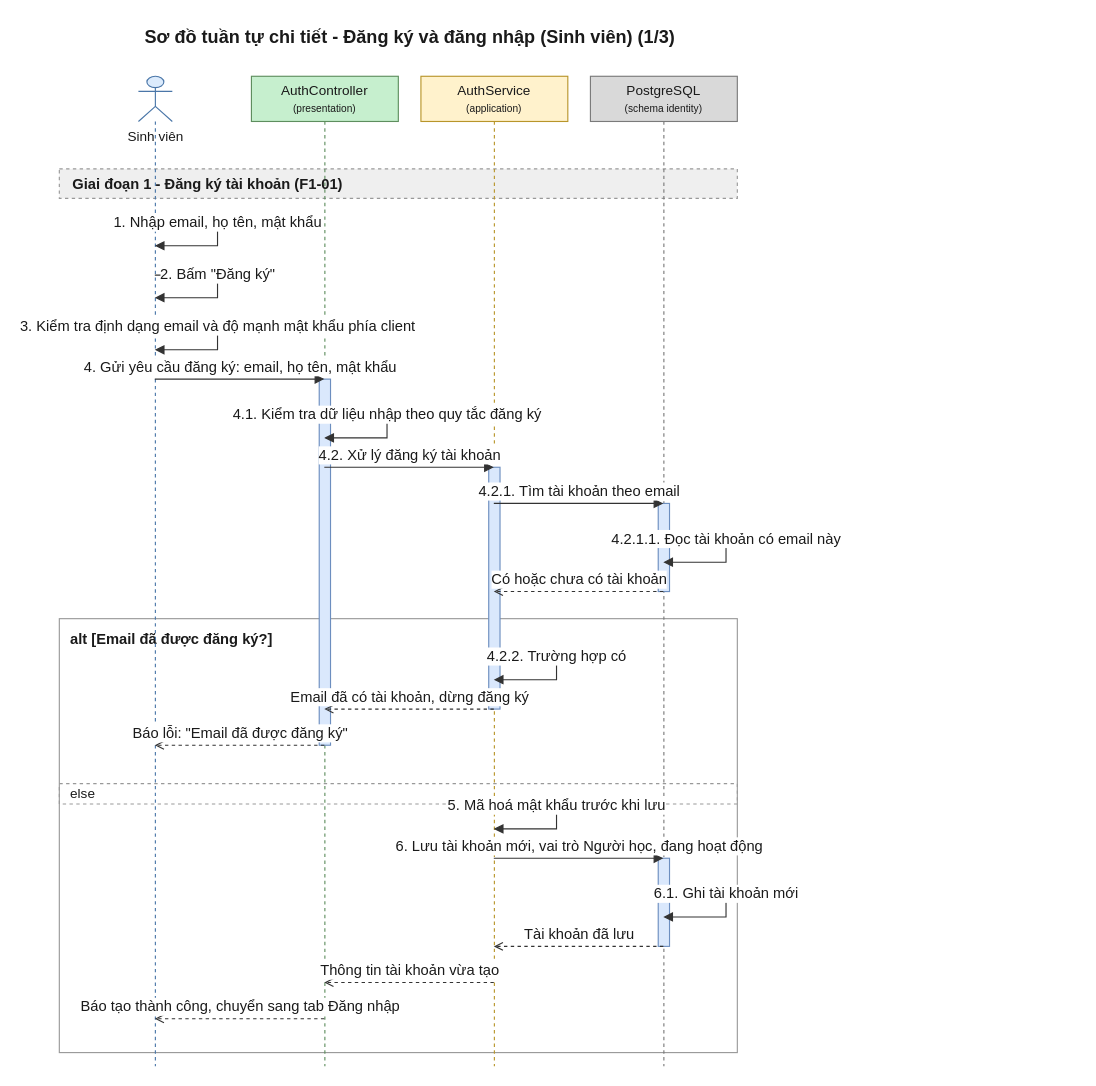
Earlier version of the draw.io diagram 08-diagram/sequence/user/sequence_user_dang_ky_dang_nhap_p1.drawio (daiphu1801/PRJ_ALGOPREP). Source tidied: cells renumbered, new cells numbered last; positions are measured from the earlier drawing's top-left corner, leaving out a move shared by most shapes. Both pictures are drawn from the tidied source at 113%, with x=0, y=0 at pixel (59, 19).
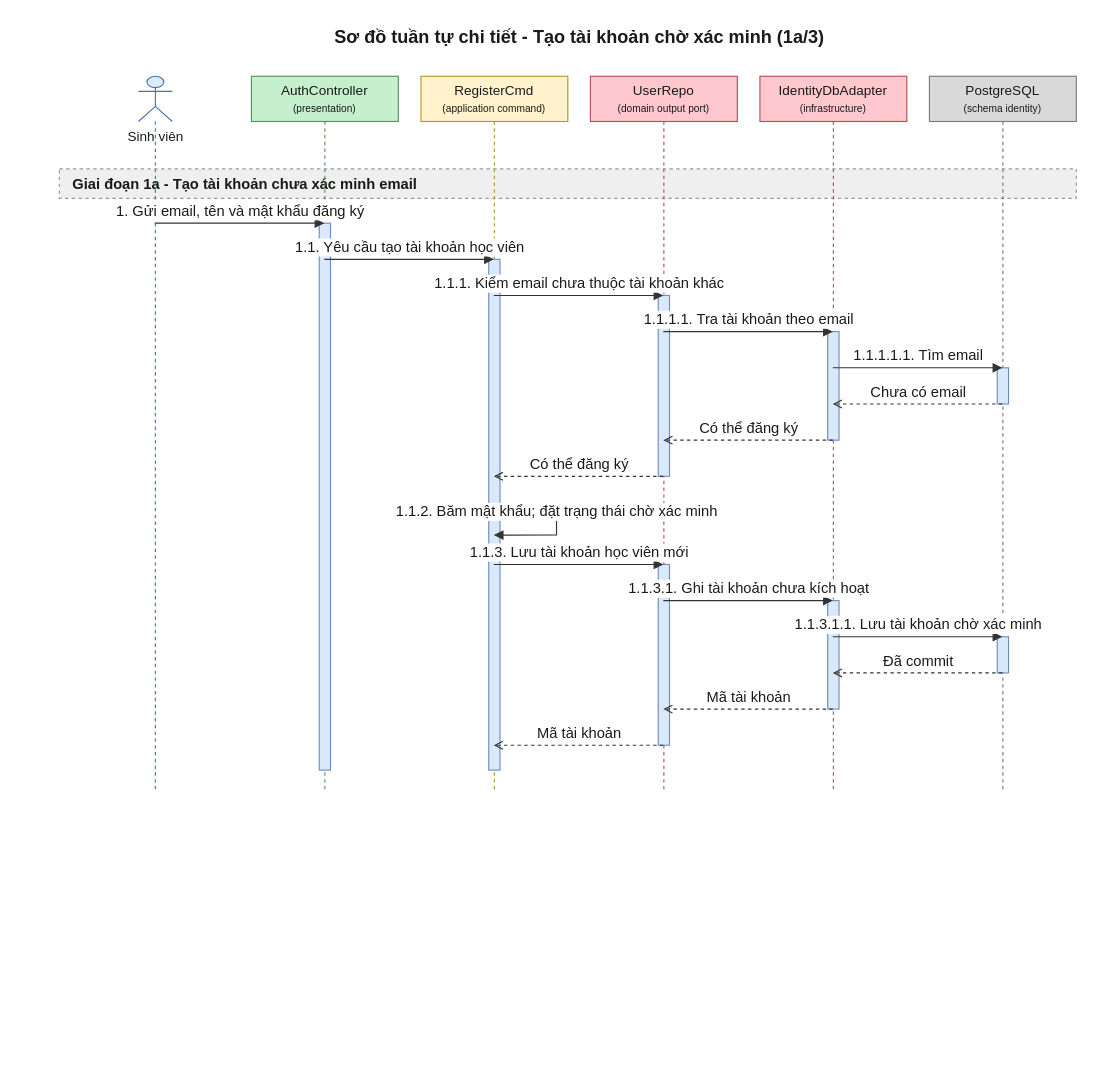
Above is the later version.

Change to the diagram source:
```diff
@@
-    <mxCell id="2" value="Sơ đồ tuần tự chi tiết - Đăng ký và đăng nhập (Sinh viên) (1/3)" style="text;html=1;fontSize=16;fontStyle=1;align=center;verticalAlign=middle;fontColor=#1A1A1A;" parent="1" vertex="1">
-      <mxGeometry x="20" width="580" height="30" as="geometry" />
+    <mxCell id="2" value="Sơ đồ tuần tự chi tiết - Tạo tài khoản chờ xác minh (1a/3)" style="text;html=1;fontSize=16;fontStyle=1;align=center;verticalAlign=middle;fontColor=#1A1A1A;" parent="1" vertex="1">
+      <mxGeometry x="20" width="880" height="30" as="geometry" />
     </mxCell>
-    <mxCell id="3" value="alt [Email đã được đăng ký?]" style="algoprep=alt;rounded=0;whiteSpace=wrap;html=1;fillColor=none;strokeColor=#999999;verticalAlign=top;align=left;spacingLeft=8;spacingTop=4;fontColor=#1A1A1A;fontSize=13;fontStyle=1;dashed=0;" parent="1" vertex="1">
-      <mxGeometry y="530" width="600" height="384" as="geometry" />
+    <mxCell id="3" value="Giai đoạn 1a - Tạo tài khoản chưa xác minh email" style="algoprep=phase;rounded=0;whiteSpace=wrap;html=1;fillColor=#EFEFEF;strokeColor=#999999;dashed=1;align=left;verticalAlign=middle;spacingLeft=10;fontColor=#1A1A1A;fontSize=13;fontStyle=1;" parent="1" vertex="1">
+      <mxGeometry y="132" width="900" height="26" as="geometry" />
     </mxCell>
-    <mxCell id="4" value="else" style="text;html=1;dashed=1;strokeColor=#999999;fillColor=none;align=left;verticalAlign=middle;spacingLeft=8;fontColor=#1A1A1A;fontSize=12;" parent="1" vertex="1">
-      <mxGeometry y="676" width="600" height="18" as="geometry" />
+    <mxCell id="4" value="Sinh viên" style="shape=umlLifeline;participant=umlActor;perimeter=lifelinePerimeter;html=1;outlineConnect=0;size=40;verticalAlign=top;spacingTop=40;fillColor=#DCEBFC;strokeColor=#4A76A8;fontColor=#1A1A1A;" parent="1" vertex="1">
+      <mxGeometry x="70" y="50" width="30" height="634" as="geometry" />
     </mxCell>
-    <mxCell id="5" value="Giai đoạn 1 - Đăng ký tài khoản (F1-01)" style="algoprep=phase;rounded=0;whiteSpace=wrap;html=1;fillColor=#EFEFEF;strokeColor=#999999;dashed=1;align=left;verticalAlign=middle;spacingLeft=10;fontColor=#1A1A1A;fontSize=13;fontStyle=1;" parent="1" vertex="1">
-      <mxGeometry y="132" width="600" height="26" as="geometry" />
+    <mxCell id="5" value="AuthController&lt;br&gt;&lt;font style=&quot;font-size:9px&quot;&gt;(presentation)&lt;/font&gt;" style="shape=umlLifeline;perimeter=lifelinePerimeter;whiteSpace=wrap;html=1;outlineConnect=0;size=40;fillColor=#C6EFCE;strokeColor=#5E8E5E;fontColor=#1A1A1A;" parent="1" vertex="1">
+      <mxGeometry x="170" y="50" width="130" height="634" as="geometry" />
     </mxCell>
-    <mxCell id="6" value="Sinh viên" style="shape=umlLifeline;participant=umlActor;perimeter=lifelinePerimeter;html=1;outlineConnect=0;size=40;verticalAlign=top;spacingTop=40;fillColor=#DCEBFC;strokeColor=#4A76A8;fontColor=#1A1A1A;" parent="1" vertex="1">
-      <mxGeometry x="70" y="50" width="30" height="876" as="geometry" />
+    <mxCell id="6" value="RegisterCmd&lt;br&gt;&lt;font style=&quot;font-size:9px&quot;&gt;(application command)&lt;/font&gt;" style="shape=umlLifeline;perimeter=lifelinePerimeter;whiteSpace=wrap;html=1;outlineConnect=0;size=40;fillColor=#FFF2CC;strokeColor=#B8952A;fontColor=#1A1A1A;" parent="1" vertex="1">
+      <mxGeometry x="320" y="50" width="130" height="634" as="geometry" />
     </mxCell>
-    <mxCell id="7" value="AuthController&lt;br&gt;&lt;font style=&quot;font-size:9px&quot;&gt;(presentation)&lt;/font&gt;" style="shape=umlLifeline;perimeter=lifelinePerimeter;whiteSpace=wrap;html=1;outlineConnect=0;size=40;fillColor=#C6EFCE;strokeColor=#5E8E5E;fontColor=#1A1A1A;" parent="1" vertex="1">
-      <mxGeometry x="170" y="50" width="130" height="876" as="geometry" />
+    <mxCell id="7" value="UserRepo&lt;br&gt;&lt;font style=&quot;font-size:9px&quot;&gt;(domain output port)&lt;/font&gt;" style="shape=umlLifeline;perimeter=lifelinePerimeter;whiteSpace=wrap;html=1;outlineConnect=0;size=40;fillColor=#FFC7CE;strokeColor=#B0525E;fontColor=#1A1A1A;" parent="1" vertex="1">
+      <mxGeometry x="470" y="50" width="130" height="634" as="geometry" />
     </mxCell>
-    <mxCell id="8" value="AuthService&lt;br&gt;&lt;font style=&quot;font-size:9px&quot;&gt;(application)&lt;/font&gt;" style="shape=umlLifeline;perimeter=lifelinePerimeter;whiteSpace=wrap;html=1;outlineConnect=0;size=40;fillColor=#FFF2CC;strokeColor=#B8952A;fontColor=#1A1A1A;" parent="1" vertex="1">
-      <mxGeometry x="320" y="50" width="130" height="876" as="geometry" />
+    <mxCell id="8" value="IdentityDbAdapter&lt;br&gt;&lt;font style=&quot;font-size:9px&quot;&gt;(infrastructure)&lt;/font&gt;" style="shape=umlLifeline;perimeter=lifelinePerimeter;whiteSpace=wrap;html=1;outlineConnect=0;size=40;fillColor=#FFC7CE;strokeColor=#B0525E;fontColor=#1A1A1A;" parent="1" vertex="1">
+      <mxGeometry x="620" y="50" width="130" height="634" as="geometry" />
     </mxCell>
     <mxCell id="9" value="PostgreSQL&lt;br&gt;&lt;font style=&quot;font-size:9px&quot;&gt;(schema identity)&lt;/font&gt;" style="shape=umlLifeline;perimeter=lifelinePerimeter;whiteSpace=wrap;html=1;outlineConnect=0;size=40;fillColor=#D9D9D9;strokeColor=#7A7A7A;fontColor=#1A1A1A;" parent="1" vertex="1">
-      <mxGeometry x="470" y="50" width="130" height="876" as="geometry" />
+      <mxGeometry x="770" y="50" width="130" height="634" as="geometry" />
     </mxCell>
     <mxCell id="10" style="html=1;perimeter=orthogonalPerimeter;targetShapes=umlLifeline;fillColor=#DAE8FC;strokeColor=#6C8EBF;" parent="9" vertex="1">
-      <mxGeometry x="60" y="378" width="10" height="78" as="geometry" />
+      <mxGeometry x="60" y="258" width="10" height="32" as="geometry" />
     </mxCell>
     <mxCell id="11" style="html=1;perimeter=orthogonalPerimeter;targetShapes=umlLifeline;fillColor=#DAE8FC;strokeColor=#6C8EBF;" parent="8" vertex="1">
-      <mxGeometry x="60" y="346" width="10" height="214" as="geometry" />
+      <mxGeometry x="60" y="226" width="10" height="96" as="geometry" />
     </mxCell>
     <mxCell id="12" style="html=1;perimeter=orthogonalPerimeter;targetShapes=umlLifeline;fillColor=#DAE8FC;strokeColor=#6C8EBF;" parent="7" vertex="1">
-      <mxGeometry x="60" y="268" width="10" height="324" as="geometry" />
+      <mxGeometry x="60" y="194" width="10" height="160" as="geometry" />
     </mxCell>
     <mxCell id="13" style="html=1;perimeter=orthogonalPerimeter;targetShapes=umlLifeline;fillColor=#DAE8FC;strokeColor=#6C8EBF;" parent="9" vertex="1">
-      <mxGeometry x="60" y="692" width="10" height="78" as="geometry" />
+      <mxGeometry x="60" y="496" width="10" height="32" as="geometry" />
     </mxCell>
-    <mxCell id="14" value="1. Nhập email, họ tên, mật khẩu" style="edgeStyle=orthogonalEdgeStyle;rounded=0;html=1;endArrow=block;endFill=1;strokeColor=#333333;fontColor=#1A1A1A;fontSize=13;verticalAlign=bottom;exitX=0.5;exitY=0.1484;exitDx=0;exitDy=0;entryX=0.5;entryY=0.1712;entryDx=0;entryDy=0;" parent="1" edge="1" source="6" target="6">
-      <mxGeometry relative="1" as="geometry">
-        <Array as="points">
-          <mxPoint x="140" y="180" />
-          <mxPoint x="140" y="200" />
-        </Array>
-      </mxGeometry>
-    </mxCell>
-    <mxCell id="15" value="2. Bấm &quot;Đăng ký&quot;" style="edgeStyle=orthogonalEdgeStyle;rounded=0;html=1;endArrow=block;endFill=1;strokeColor=#333333;fontColor=#1A1A1A;fontSize=13;verticalAlign=bottom;exitX=0.5;exitY=0.2009;exitDx=0;exitDy=0;entryX=0.5;entryY=0.2237;entryDx=0;entryDy=0;" parent="1" edge="1" source="6" target="6">
-      <mxGeometry relative="1" as="geometry">
-        <Array as="points">
-          <mxPoint x="140" y="226" />
-          <mxPoint x="140" y="246" />
-        </Array>
-      </mxGeometry>
-    </mxCell>
-    <mxCell id="16" value="3. Kiểm tra định dạng email và độ mạnh mật khẩu phía client" style="edgeStyle=orthogonalEdgeStyle;rounded=0;html=1;endArrow=block;endFill=1;strokeColor=#333333;fontColor=#1A1A1A;fontSize=13;verticalAlign=bottom;exitX=0.5;exitY=0.2534;exitDx=0;exitDy=0;entryX=0.5;entryY=0.2763;entryDx=0;entryDy=0;" parent="1" edge="1" source="6" target="6">
-      <mxGeometry relative="1" as="geometry">
-        <Array as="points">
-          <mxPoint x="140" y="272" />
-          <mxPoint x="140" y="292" />
-        </Array>
-      </mxGeometry>
-    </mxCell>
-    <mxCell id="17" value="4. Gửi yêu cầu đăng ký: email, họ tên, mật khẩu" style="edgeStyle=none;html=1;endArrow=block;endFill=1;strokeColor=#333333;fontColor=#1A1A1A;fontSize=13;verticalAlign=bottom;exitX=0.5;exitY=0.3059;exitDx=0;exitDy=0;entryX=0.5;entryY=0.3059;entryDx=0;entryDy=0;" parent="1" edge="1" source="6" target="7">
-      <mxGeometry relative="1" as="geometry" />
-    </mxCell>
+    <mxCell id="32" style="html=1;perimeter=orthogonalPerimeter;targetShapes=umlLifeline;fillColor=#DAE8FC;strokeColor=#6C8EBF;" parent="8" vertex="1">
+      <mxGeometry x="60" y="464" width="10" height="96" as="geometry" />
+    </mxCell>
+    <mxCell id="33" style="html=1;perimeter=orthogonalPerimeter;targetShapes=umlLifeline;fillColor=#DAE8FC;strokeColor=#6C8EBF;" parent="7" vertex="1">
+      <mxGeometry x="60" y="432" width="10" height="160" as="geometry" />
+    </mxCell>
+    <mxCell id="34" style="html=1;perimeter=orthogonalPerimeter;targetShapes=umlLifeline;fillColor=#DAE8FC;strokeColor=#6C8EBF;" parent="5" vertex="1">
+      <mxGeometry x="60" y="130" width="10" height="484" as="geometry" />
+    </mxCell>
+    <mxCell id="35" style="html=1;perimeter=orthogonalPerimeter;targetShapes=umlLifeline;fillColor=#DAE8FC;strokeColor=#6C8EBF;" parent="6" vertex="1">
+      <mxGeometry x="60" y="162" width="10" height="452" as="geometry" />
+    </mxCell>
-    <mxCell id="18" value="4.1. Kiểm tra dữ liệu nhập theo quy tắc đăng ký" style="edgeStyle=orthogonalEdgeStyle;rounded=0;html=1;endArrow=block;endFill=1;strokeColor=#333333;fontColor=#1A1A1A;fontSize=13;verticalAlign=bottom;exitX=0.5;exitY=0.3425;exitDx=0;exitDy=0;entryX=0.5;entryY=0.3653;entryDx=0;entryDy=0;" parent="1" edge="1" source="7" target="7">
-      <mxGeometry relative="1" as="geometry">
-        <Array as="points">
-          <mxPoint x="290" y="350" />
-          <mxPoint x="290" y="370" />
-        </Array>
-      </mxGeometry>
+    <mxCell id="18" value="1. Gửi email, tên và mật khẩu đăng ký" style="edgeStyle=none;html=1;endArrow=block;endFill=1;strokeColor=#333333;fontColor=#1A1A1A;fontSize=13;verticalAlign=bottom;exitX=0.5;exitY=0.2050;exitDx=0;exitDy=0;entryX=0.5;entryY=0.2050;entryDx=0;entryDy=0;" parent="1" edge="1" source="4" target="5">
+      <mxGeometry relative="1" as="geometry" />
     </mxCell>
-    <mxCell id="19" value="4.2. Xử lý đăng ký tài khoản" style="edgeStyle=none;html=1;endArrow=block;endFill=1;strokeColor=#333333;fontColor=#1A1A1A;fontSize=13;verticalAlign=bottom;exitX=0.5;exitY=0.3950;exitDx=0;exitDy=0;entryX=0.5;entryY=0.3950;entryDx=0;entryDy=0;" parent="1" edge="1" source="7" target="8">
+    <mxCell id="19" value="1.1. Yêu cầu tạo tài khoản học viên" style="edgeStyle=none;html=1;endArrow=block;endFill=1;strokeColor=#333333;fontColor=#1A1A1A;fontSize=13;verticalAlign=bottom;exitX=0.5;exitY=0.2555;exitDx=0;exitDy=0;entryX=0.5;entryY=0.2555;entryDx=0;entryDy=0;" parent="1" edge="1" source="5" target="6">
       <mxGeometry relative="1" as="geometry" />
     </mxCell>
-    <mxCell id="20" value="4.2.1. Tìm tài khoản theo email" style="edgeStyle=none;html=1;endArrow=block;endFill=1;strokeColor=#333333;fontColor=#1A1A1A;fontSize=13;verticalAlign=bottom;exitX=0.5;exitY=0.4315;exitDx=0;exitDy=0;entryX=0.5;entryY=0.4315;entryDx=0;entryDy=0;" parent="1" edge="1" source="8" target="9">
+    <mxCell id="20" value="1.1.1. Kiểm email chưa thuộc tài khoản khác" style="edgeStyle=none;html=1;endArrow=block;endFill=1;strokeColor=#333333;fontColor=#1A1A1A;fontSize=13;verticalAlign=bottom;exitX=0.5;exitY=0.3060;exitDx=0;exitDy=0;entryX=0.5;entryY=0.3060;entryDx=0;entryDy=0;" parent="1" edge="1" source="6" target="7">
       <mxGeometry relative="1" as="geometry" />
     </mxCell>
-    <mxCell id="21" value="4.2.1.1. Đọc tài khoản có email này" style="edgeStyle=orthogonalEdgeStyle;rounded=0;html=1;endArrow=block;endFill=1;strokeColor=#333333;fontColor=#1A1A1A;fontSize=13;verticalAlign=bottom;exitX=0.5;exitY=0.4680;exitDx=0;exitDy=0;entryX=0.5;entryY=0.4909;entryDx=0;entryDy=0;" parent="1" edge="1" source="9" target="9">
-      <mxGeometry relative="1" as="geometry">
-        <Array as="points">
-          <mxPoint x="590" y="460" />
-          <mxPoint x="590" y="480" />
-        </Array>
-      </mxGeometry>
+    <mxCell id="21" value="1.1.1.1. Tra tài khoản theo email" style="edgeStyle=none;html=1;endArrow=block;endFill=1;strokeColor=#333333;fontColor=#1A1A1A;fontSize=13;verticalAlign=bottom;exitX=0.5;exitY=0.3565;exitDx=0;exitDy=0;entryX=0.5;entryY=0.3565;entryDx=0;entryDy=0;" parent="1" edge="1" source="7" target="8">
+      <mxGeometry relative="1" as="geometry" />
     </mxCell>
-    <mxCell id="22" value="Có hoặc chưa có tài khoản" style="edgeStyle=none;html=1;endArrow=open;endFill=0;dashed=1;strokeColor=#333333;fontColor=#1A1A1A;fontSize=13;verticalAlign=bottom;exitX=0.5;exitY=0.5205;exitDx=0;exitDy=0;entryX=0.5;entryY=0.5205;entryDx=0;entryDy=0;" parent="1" edge="1" source="9" target="8">
+    <mxCell id="22" value="1.1.1.1.1. Tìm email" style="edgeStyle=none;html=1;endArrow=block;endFill=1;strokeColor=#333333;fontColor=#1A1A1A;fontSize=13;verticalAlign=bottom;exitX=0.5;exitY=0.4069;exitDx=0;exitDy=0;entryX=0.5;entryY=0.4069;entryDx=0;entryDy=0;" parent="1" edge="1" source="8" target="9">
       <mxGeometry relative="1" as="geometry" />
     </mxCell>
-    <mxCell id="23" value="4.2.2. Trường hợp có" style="edgeStyle=orthogonalEdgeStyle;rounded=0;html=1;endArrow=block;endFill=1;strokeColor=#333333;fontColor=#1A1A1A;fontSize=13;verticalAlign=bottom;exitX=0.5;exitY=0.5868;exitDx=0;exitDy=0;entryX=0.5;entryY=0.6096;entryDx=0;entryDy=0;" parent="1" edge="1" source="8" target="8">
-      <mxGeometry relative="1" as="geometry">
-        <Array as="points">
-          <mxPoint x="440" y="564" />
-          <mxPoint x="440" y="584" />
-        </Array>
-      </mxGeometry>
+    <mxCell id="23" value="Chưa có email" style="edgeStyle=none;html=1;endArrow=open;endFill=0;dashed=1;strokeColor=#333333;fontColor=#1A1A1A;fontSize=13;verticalAlign=bottom;exitX=0.5;exitY=0.4574;exitDx=0;exitDy=0;entryX=0.5;entryY=0.4574;entryDx=0;entryDy=0;" parent="1" edge="1" source="9" target="8">
+      <mxGeometry relative="1" as="geometry" />
     </mxCell>
-    <mxCell id="24" value="Email đã có tài khoản, dừng đăng ký" style="edgeStyle=none;html=1;endArrow=open;endFill=0;dashed=1;strokeColor=#333333;fontColor=#1A1A1A;fontSize=13;verticalAlign=bottom;exitX=0.5;exitY=0.6393;exitDx=0;exitDy=0;entryX=0.5;entryY=0.6393;entryDx=0;entryDy=0;" parent="1" edge="1" source="8" target="7">
+    <mxCell id="24" value="Có thể đăng ký" style="edgeStyle=none;html=1;endArrow=open;endFill=0;dashed=1;strokeColor=#333333;fontColor=#1A1A1A;fontSize=13;verticalAlign=bottom;exitX=0.5;exitY=0.5079;exitDx=0;exitDy=0;entryX=0.5;entryY=0.5079;entryDx=0;entryDy=0;" parent="1" edge="1" source="8" target="7">
       <mxGeometry relative="1" as="geometry" />
     </mxCell>
-    <mxCell id="25" value="Báo lỗi: &quot;Email đã được đăng ký&quot;" style="edgeStyle=none;html=1;endArrow=open;endFill=0;dashed=1;strokeColor=#333333;fontColor=#1A1A1A;fontSize=13;verticalAlign=bottom;exitX=0.5;exitY=0.6758;exitDx=0;exitDy=0;entryX=0.5;entryY=0.6758;entryDx=0;entryDy=0;" parent="1" edge="1" source="7" target="6">
+    <mxCell id="25" value="Có thể đăng ký" style="edgeStyle=none;html=1;endArrow=open;endFill=0;dashed=1;strokeColor=#333333;fontColor=#1A1A1A;fontSize=13;verticalAlign=bottom;exitX=0.5;exitY=0.5584;exitDx=0;exitDy=0;entryX=0.5;entryY=0.5584;entryDx=0;entryDy=0;" parent="1" edge="1" source="7" target="6">
       <mxGeometry relative="1" as="geometry" />
     </mxCell>
-    <mxCell id="26" value="5. Mã hoá mật khẩu trước khi lưu" style="edgeStyle=orthogonalEdgeStyle;rounded=0;html=1;endArrow=block;endFill=1;strokeColor=#333333;fontColor=#1A1A1A;fontSize=13;verticalAlign=bottom;exitX=0.5;exitY=0.7374;exitDx=0;exitDy=0;entryX=0.5;entryY=0.7603;entryDx=0;entryDy=0;" parent="1" edge="1" source="8" target="8">
+    <mxCell id="26" value="1.1.2. Băm mật khẩu; đặt trạng thái chờ xác minh" style="edgeStyle=orthogonalEdgeStyle;rounded=0;html=1;endArrow=block;endFill=1;strokeColor=#333333;fontColor=#1A1A1A;fontSize=13;verticalAlign=bottom;exitX=0.5;exitY=0.6088;exitDx=0;exitDy=0;entryX=0.5;entryY=0.6404;entryDx=0;entryDy=0;" parent="1" edge="1" source="6" target="6">
       <mxGeometry relative="1" as="geometry">
         <Array as="points">
-          <mxPoint x="440" y="696" />
-          <mxPoint x="440" y="716" />
+          <mxPoint x="440" y="436" />
+          <mxPoint x="440" y="456" />
         </Array>
       </mxGeometry>
     </mxCell>
-    <mxCell id="27" value="6. Lưu tài khoản mới, vai trò Người học, đang hoạt động" style="edgeStyle=none;html=1;endArrow=block;endFill=1;strokeColor=#333333;fontColor=#1A1A1A;fontSize=13;verticalAlign=bottom;exitX=0.5;exitY=0.7900;exitDx=0;exitDy=0;entryX=0.5;entryY=0.7900;entryDx=0;entryDy=0;" parent="1" edge="1" source="8" target="9">
+    <mxCell id="27" value="1.1.3. Lưu tài khoản học viên mới" style="edgeStyle=none;html=1;endArrow=block;endFill=1;strokeColor=#333333;fontColor=#1A1A1A;fontSize=13;verticalAlign=bottom;exitX=0.5;exitY=0.6814;exitDx=0;exitDy=0;entryX=0.5;entryY=0.6814;entryDx=0;entryDy=0;" parent="1" edge="1" source="6" target="7">
       <mxGeometry relative="1" as="geometry" />
     </mxCell>
-    <mxCell id="28" value="6.1. Ghi tài khoản mới" style="edgeStyle=orthogonalEdgeStyle;rounded=0;html=1;endArrow=block;endFill=1;strokeColor=#333333;fontColor=#1A1A1A;fontSize=13;verticalAlign=bottom;exitX=0.5;exitY=0.8265;exitDx=0;exitDy=0;entryX=0.5;entryY=0.8493;entryDx=0;entryDy=0;" parent="1" edge="1" source="9" target="9">
-      <mxGeometry relative="1" as="geometry">
-        <Array as="points">
-          <mxPoint x="590" y="774" />
-          <mxPoint x="590" y="794" />
-        </Array>
-      </mxGeometry>
+    <mxCell id="28" value="1.1.3.1. Ghi tài khoản chưa kích hoạt" style="edgeStyle=none;html=1;endArrow=block;endFill=1;strokeColor=#333333;fontColor=#1A1A1A;fontSize=13;verticalAlign=bottom;exitX=0.5;exitY=0.7319;exitDx=0;exitDy=0;entryX=0.5;entryY=0.7319;entryDx=0;entryDy=0;" parent="1" edge="1" source="7" target="8">
+      <mxGeometry relative="1" as="geometry" />
     </mxCell>
-    <mxCell id="29" value="Tài khoản đã lưu" style="edgeStyle=none;html=1;endArrow=open;endFill=0;dashed=1;strokeColor=#333333;fontColor=#1A1A1A;fontSize=13;verticalAlign=bottom;exitX=0.5;exitY=0.8790;exitDx=0;exitDy=0;entryX=0.5;entryY=0.8790;entryDx=0;entryDy=0;" parent="1" edge="1" source="9" target="8">
+    <mxCell id="29" value="1.1.3.1.1. Lưu tài khoản chờ xác minh" style="edgeStyle=none;html=1;endArrow=block;endFill=1;strokeColor=#333333;fontColor=#1A1A1A;fontSize=13;verticalAlign=bottom;exitX=0.5;exitY=0.7823;exitDx=0;exitDy=0;entryX=0.5;entryY=0.7823;entryDx=0;entryDy=0;" parent="1" edge="1" source="8" target="9">
       <mxGeometry relative="1" as="geometry" />
     </mxCell>
-    <mxCell id="30" value="Thông tin tài khoản vừa tạo" style="edgeStyle=none;html=1;endArrow=open;endFill=0;dashed=1;strokeColor=#333333;fontColor=#1A1A1A;fontSize=13;verticalAlign=bottom;exitX=0.5;exitY=0.9155;exitDx=0;exitDy=0;entryX=0.5;entryY=0.9155;entryDx=0;entryDy=0;" parent="1" edge="1" source="8" target="7">
+    <mxCell id="30" value="Đã commit" style="edgeStyle=none;html=1;endArrow=open;endFill=0;dashed=1;strokeColor=#333333;fontColor=#1A1A1A;fontSize=13;verticalAlign=bottom;exitX=0.5;exitY=0.8328;exitDx=0;exitDy=0;entryX=0.5;entryY=0.8328;entryDx=0;entryDy=0;" parent="1" edge="1" source="9" target="8">
       <mxGeometry relative="1" as="geometry" />
     </mxCell>
-    <mxCell id="31" value="Báo tạo thành công, chuyển sang tab Đăng nhập" style="edgeStyle=none;html=1;endArrow=open;endFill=0;dashed=1;strokeColor=#333333;fontColor=#1A1A1A;fontSize=13;verticalAlign=bottom;exitX=0.5;exitY=0.9521;exitDx=0;exitDy=0;entryX=0.5;entryY=0.9521;entryDx=0;entryDy=0;" parent="1" edge="1" source="7" target="6">
+    <mxCell id="31" value="Mã tài khoản" style="edgeStyle=none;html=1;endArrow=open;endFill=0;dashed=1;strokeColor=#333333;fontColor=#1A1A1A;fontSize=13;verticalAlign=bottom;exitX=0.5;exitY=0.8833;exitDx=0;exitDy=0;entryX=0.5;entryY=0.8833;entryDx=0;entryDy=0;" parent="1" edge="1" source="8" target="7">
       <mxGeometry relative="1" as="geometry" />
     </mxCell>
+    <mxCell id="36" value="Mã tài khoản" style="edgeStyle=none;html=1;endArrow=open;endFill=0;dashed=1;strokeColor=#333333;fontColor=#1A1A1A;fontSize=13;verticalAlign=bottom;exitX=0.5;exitY=0.9338;exitDx=0;exitDy=0;entryX=0.5;entryY=0.9338;entryDx=0;entryDy=0;" parent="1" edge="1" source="7" target="6">
+      <mxGeometry relative="1" as="geometry" />
+    </mxCell>
```
